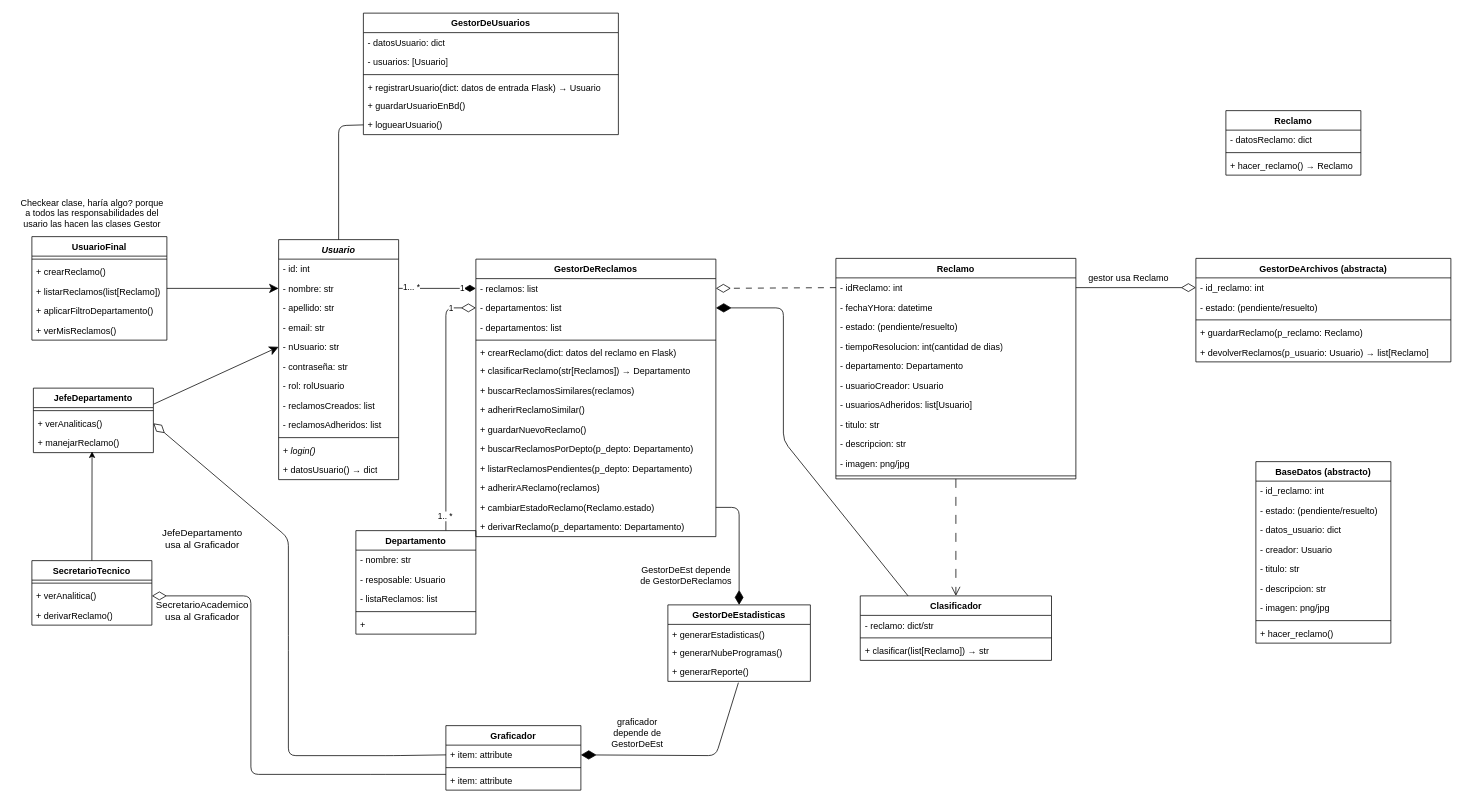
Above: page "UML" (1 of 3) of TrabajoPractico_3/docs/diagrama_UML_TP3.drawio in FelipeCarrozzo/prog_avanzada (draw.io), before the change. Source tidied: cells renumbered, new cells numbered last; positions are measured from the earlier drawing's top-left corner, leaving out a move shared by most shapes. Both pictures are drawn from the tidied source at 75%, with x=0, y=0 at pixel (13, 13).
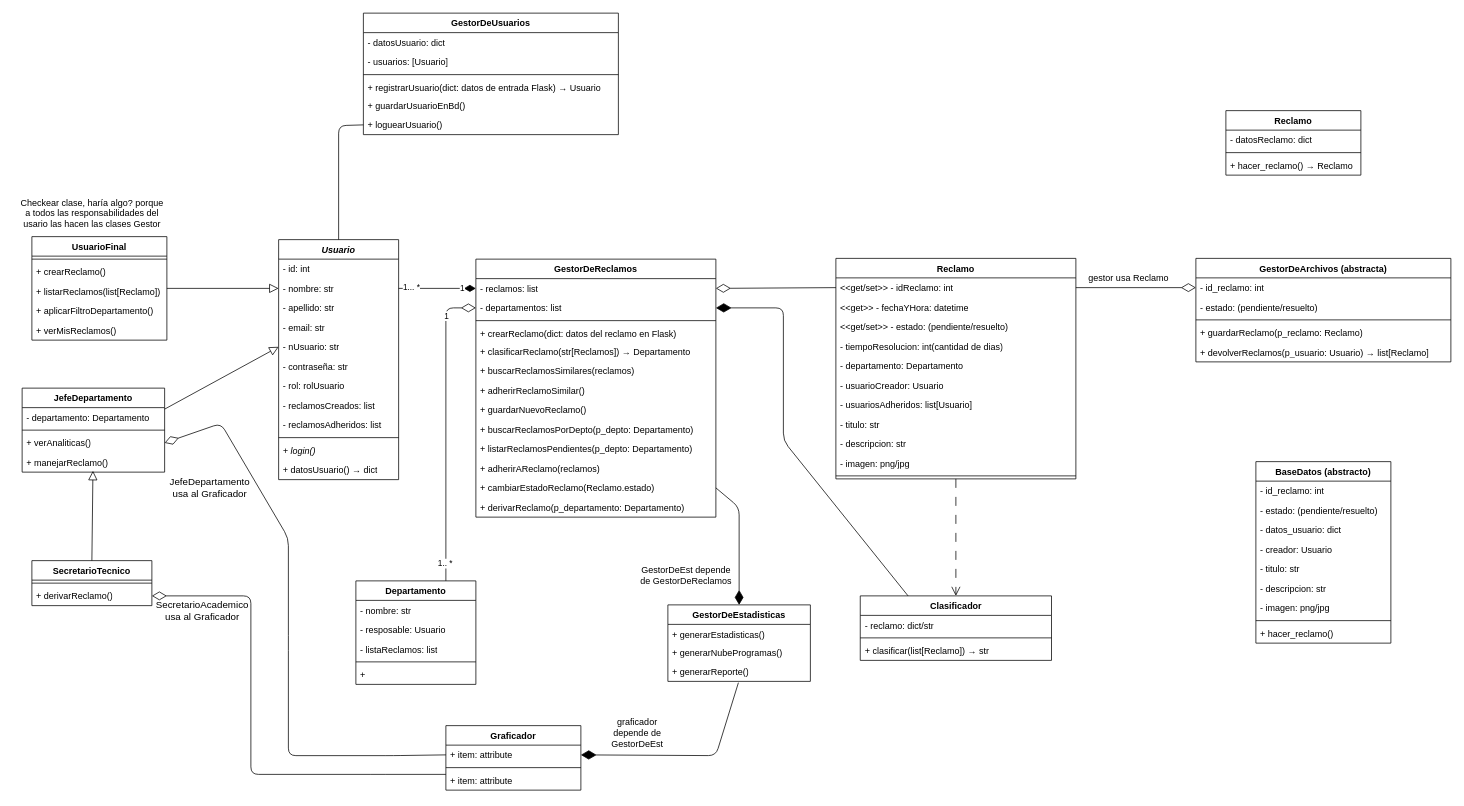
The same diagram, later.

Commit message:
correcciones chicas en uml

The change refers to these unchanged cells:
```xml
<mxCell id="3" value="UsuarioFinal" style="swimlane;fontStyle=1;align=center;verticalAlign=top;horizontal=1;startSize=26;whiteSpace=wrap;html=1;" parent="1" vertex="1">
  <mxGeometry x="25" y="298" width="180" height="138" as="geometry" />
</mxCell>
<mxCell id="11" value="- nombre: str" style="text;strokeColor=none;fillColor=none;align=left;verticalAlign=top;spacingLeft=4;spacingRight=4;overflow=hidden;points=[[0,0.5],[1,0.5]];portConstraint=eastwest;whiteSpace=wrap;html=1;" parent="9" vertex="1">
  <mxGeometry y="52" width="160" height="26" as="geometry" />
</mxCell>
<mxCell id="14" value="- nUsuario: str" style="text;strokeColor=none;fillColor=none;align=left;verticalAlign=top;spacingLeft=4;spacingRight=4;overflow=hidden;points=[[0,0.5],[1,0.5]];portConstraint=eastwest;whiteSpace=wrap;html=1;" parent="9" vertex="1">
  <mxGeometry y="130" width="160" height="26" as="geometry" />
</mxCell>
<mxCell id="32" value="Reclamo" style="swimlane;fontStyle=1;align=center;verticalAlign=top;horizontal=1;startSize=26;whiteSpace=wrap;html=1;" parent="1" vertex="1">
  <mxGeometry x="1097" y="327" width="320" height="294" as="geometry" />
</mxCell>
<mxCell id="49" style="edgeStyle=none;html=1;exitX=0.75;exitY=0;exitDx=0;exitDy=0;entryX=0;entryY=0.5;entryDx=0;entryDy=0;endArrow=diamondThin;endFill=0;endSize=17;" parent="1" edge="1" source="52" target="60">
  <mxGeometry relative="1" as="geometry">
    <Array as="points">
      <mxPoint x="577" y="393" />
    </Array>
  </mxGeometry>
</mxCell>
<mxCell id="59" value="- reclamos: list" style="text;strokeColor=none;fillColor=none;align=left;verticalAlign=top;spacingLeft=4;spacingRight=4;overflow=hidden;points=[[0,0.5],[1,0.5]];portConstraint=eastwest;whiteSpace=wrap;html=1;" parent="58" vertex="1">
  <mxGeometry y="26" width="320" height="26" as="geometry" />
</mxCell>
```

What changed in the source:
```diff
@@
-    <mxCell id="2" style="edgeStyle=none;html=1;exitX=1;exitY=0.5;exitDx=0;exitDy=0;entryX=0;entryY=0.5;entryDx=0;entryDy=0;endSize=10;endArrow=classic;endFill=1;" parent="1" edge="1" source="3" target="11">
+    <mxCell id="2" style="edgeStyle=none;html=1;exitX=1;exitY=0.5;exitDx=0;exitDy=0;entryX=0;entryY=0.5;entryDx=0;entryDy=0;endSize=10;endArrow=block;endFill=0;" parent="1" edge="1" source="3" target="11">
       <mxGeometry relative="1" as="geometry" />
     </mxCell>
@@
     <mxCell id="22" value="SecretarioTecnico" style="swimlane;fontStyle=1;align=center;verticalAlign=top;horizontal=1;startSize=26;whiteSpace=wrap;html=1;" parent="1" vertex="1">
-      <mxGeometry x="25" y="730" width="160" height="86" as="geometry" />
+      <mxGeometry x="25" y="730" width="160" height="60" as="geometry" />
     </mxCell>
@@
-    <mxCell id="24" value="+ verAnalitica()" style="text;strokeColor=none;fillColor=none;align=left;verticalAlign=top;spacingLeft=4;spacingRight=4;overflow=hidden;points=[[0,0.5],[1,0.5]];portConstraint=eastwest;whiteSpace=wrap;html=1;" parent="22" vertex="1">
-      <mxGeometry y="34" width="160" height="26" as="geometry" />
-    </mxCell>
     <mxCell id="25" value="+ derivarReclamo()" style="text;strokeColor=none;fillColor=none;align=left;verticalAlign=top;spacingLeft=4;spacingRight=4;overflow=hidden;whiteSpace=wrap;html=1;" parent="22" vertex="1">
-      <mxGeometry y="60" width="160" height="26" as="geometry" />
+      <mxGeometry y="34" width="160" height="26" as="geometry" />
     </mxCell>
-    <mxCell id="26" style="edgeStyle=none;html=1;exitX=1;exitY=0.25;exitDx=0;exitDy=0;entryX=0;entryY=0.5;entryDx=0;entryDy=0;endSize=10;endArrow=classic;endFill=1;" parent="1" edge="1" source="27" target="14">
+    <mxCell id="26" style="edgeStyle=none;html=1;exitX=1;exitY=0.25;exitDx=0;exitDy=0;entryX=0;entryY=0.5;entryDx=0;entryDy=0;endSize=10;endArrow=block;endFill=0;" parent="1" edge="1" source="27" target="14">
       <mxGeometry relative="1" as="geometry" />
     </mxCell>
     <mxCell id="27" value="JefeDepartamento" style="swimlane;fontStyle=1;align=center;verticalAlign=top;horizontal=1;startSize=26;whiteSpace=wrap;html=1;" parent="1" vertex="1">
-      <mxGeometry x="27" y="500" width="160" height="86" as="geometry" />
+      <mxGeometry x="12" y="500" width="190" height="112" as="geometry" />
     </mxCell>
+    <mxCell id="125" value="- departamento: Departamento" style="text;strokeColor=none;fillColor=none;align=left;verticalAlign=top;spacingLeft=4;spacingRight=4;overflow=hidden;whiteSpace=wrap;html=1;" parent="27" vertex="1">
+      <mxGeometry y="26" width="190" height="26" as="geometry" />
+    </mxCell>
     <mxCell id="28" style="line;strokeWidth=1;fillColor=none;align=left;verticalAlign=middle;spacingTop=-1;spacingLeft=3;spacingRight=3;labelPosition=right;strokeColor=inherit;" parent="27" vertex="1">
-      <mxGeometry y="26" width="160" height="8" as="geometry" />
+      <mxGeometry y="52" width="190" height="8" as="geometry" />
     </mxCell>
     <mxCell id="29" value="+ verAnaliticas()" style="text;strokeColor=none;fillColor=none;align=left;verticalAlign=top;spacingLeft=4;spacingRight=4;overflow=hidden;points=[[0,0.5],[1,0.5]];portConstraint=eastwest;whiteSpace=wrap;html=1;" parent="27" vertex="1">
-      <mxGeometry y="34" width="160" height="26" as="geometry" />
+      <mxGeometry y="60" width="190" height="26" as="geometry" />
     </mxCell>
     <mxCell id="30" value="+ manejarReclamo()" style="text;strokeColor=none;fillColor=none;align=left;verticalAlign=top;spacingLeft=4;spacingRight=4;overflow=hidden;points=[[0,0.5],[1,0.5]];portConstraint=eastwest;whiteSpace=wrap;html=1;" parent="27" vertex="1">
-      <mxGeometry y="60" width="160" height="26" as="geometry" />
+      <mxGeometry y="86" width="190" height="26" as="geometry" />
     </mxCell>
@@
-    <mxCell id="33" value="- idReclamo: int" style="text;strokeColor=none;fillColor=none;align=left;verticalAlign=top;spacingLeft=4;spacingRight=4;overflow=hidden;points=[[0,0.5],[1,0.5]];portConstraint=eastwest;whiteSpace=wrap;html=1;" parent="32" vertex="1">
+    <mxCell id="33" value="&amp;lt;&amp;lt;get/set&amp;gt;&amp;gt; - idReclamo: int" style="text;strokeColor=none;fillColor=none;align=left;verticalAlign=top;spacingLeft=4;spacingRight=4;overflow=hidden;points=[[0,0.5],[1,0.5]];portConstraint=eastwest;whiteSpace=wrap;html=1;" parent="32" vertex="1">
       <mxGeometry y="26" width="320" height="26" as="geometry" />
     </mxCell>
-    <mxCell id="34" value="- fechaYHora: datetime" style="text;strokeColor=none;fillColor=none;align=left;verticalAlign=top;spacingLeft=4;spacingRight=4;overflow=hidden;whiteSpace=wrap;html=1;" parent="32" vertex="1">
+    <mxCell id="34" value="&amp;lt;&amp;lt;get&amp;gt;&amp;gt; - fechaYHora: datetime" style="text;strokeColor=none;fillColor=none;align=left;verticalAlign=top;spacingLeft=4;spacingRight=4;overflow=hidden;whiteSpace=wrap;html=1;" parent="32" vertex="1">
       <mxGeometry y="52" width="320" height="26" as="geometry" />
     </mxCell>
-    <mxCell id="35" value="- estado: (pendiente/resuelto)" style="text;strokeColor=none;fillColor=none;align=left;verticalAlign=top;spacingLeft=4;spacingRight=4;overflow=hidden;whiteSpace=wrap;html=1;" parent="32" vertex="1">
+    <mxCell id="35" value="&amp;lt;&amp;lt;get/set&amp;gt;&amp;gt; - estado: (pendiente/resuelto)" style="text;strokeColor=none;fillColor=none;align=left;verticalAlign=top;spacingLeft=4;spacingRight=4;overflow=hidden;whiteSpace=wrap;html=1;" parent="32" vertex="1">
       <mxGeometry y="78" width="320" height="26" as="geometry" />
     </mxCell>
@@
     <mxCell id="50" value="1" style="edgeLabel;html=1;align=center;verticalAlign=middle;" parent="49" vertex="1">
-      <mxGeometry x="0.8" y="1" relative="1" as="geometry" />
+      <mxGeometry x="0.8" y="1" relative="1" as="geometry">
+        <mxPoint y="11" as="offset" />
+      </mxGeometry>
     </mxCell>
@@
     <mxCell id="52" value="Departamento" style="swimlane;fontStyle=1;align=center;verticalAlign=top;horizontal=1;startSize=26;whiteSpace=wrap;html=1;" parent="1" vertex="1">
-      <mxGeometry x="457" y="690" width="160" height="138" as="geometry" />
+      <mxGeometry x="457" y="757" width="160" height="138" as="geometry" />
     </mxCell>
@@
     <mxCell id="58" value="GestorDeReclamos" style="swimlane;fontStyle=1;align=center;verticalAlign=top;horizontal=1;startSize=26;whiteSpace=wrap;html=1;" parent="1" vertex="1">
-      <mxGeometry x="617" y="328" width="320" height="370" as="geometry" />
+      <mxGeometry x="617" y="328" width="320" height="344" as="geometry" />
     </mxCell>
@@
-    <mxCell id="61" value="- departamentos: list" style="text;strokeColor=none;fillColor=none;align=left;verticalAlign=top;spacingLeft=4;spacingRight=4;overflow=hidden;whiteSpace=wrap;html=1;" parent="58" vertex="1">
-      <mxGeometry y="78" width="320" height="26" as="geometry" />
-    </mxCell>
     <mxCell id="62" style="line;strokeWidth=1;fillColor=none;align=left;verticalAlign=middle;spacingTop=-1;spacingLeft=3;spacingRight=3;labelPosition=right;strokeColor=inherit;" parent="58" vertex="1">
-      <mxGeometry y="104" width="320" height="8" as="geometry" />
+      <mxGeometry y="78" width="320" height="8" as="geometry" />
     </mxCell>
     <mxCell id="63" value="+ crearReclamo(dict: datos del reclamo en Flask)" style="text;strokeColor=none;fillColor=none;align=left;verticalAlign=top;spacingLeft=4;spacingRight=4;overflow=hidden;whiteSpace=wrap;html=1;" parent="58" vertex="1">
-      <mxGeometry y="112" width="320" height="24" as="geometry" />
+      <mxGeometry y="86" width="320" height="24" as="geometry" />
     </mxCell>
     <mxCell id="64" value="+ clasificarReclamo(str[Reclamos])&amp;nbsp;&lt;span style=&quot;color: rgb(0, 0, 0);&quot;&gt;→&amp;nbsp;Departamento&lt;/span&gt;" style="text;strokeColor=none;fillColor=none;align=left;verticalAlign=top;spacingLeft=4;spacingRight=4;overflow=hidden;whiteSpace=wrap;html=1;" parent="58" vertex="1">
-      <mxGeometry y="136" width="320" height="26" as="geometry" />
+      <mxGeometry y="110" width="320" height="26" as="geometry" />
     </mxCell>
     <mxCell id="65" value="+ buscarReclamosSimilares(reclamos)" style="text;strokeColor=none;fillColor=none;align=left;verticalAlign=top;spacingLeft=4;spacingRight=4;overflow=hidden;whiteSpace=wrap;html=1;" parent="58" vertex="1">
-      <mxGeometry y="162" width="320" height="26" as="geometry" />
+      <mxGeometry y="136" width="320" height="26" as="geometry" />
     </mxCell>
     <mxCell id="66" value="+ adherirReclamoSimilar()" style="text;strokeColor=none;fillColor=none;align=left;verticalAlign=top;spacingLeft=4;spacingRight=4;overflow=hidden;whiteSpace=wrap;html=1;" parent="58" vertex="1">
-      <mxGeometry y="188" width="320" height="26" as="geometry" />
+      <mxGeometry y="162" width="320" height="26" as="geometry" />
     </mxCell>
     <mxCell id="67" value="+ guardarNuevoReclamo()" style="text;strokeColor=none;fillColor=none;align=left;verticalAlign=top;spacingLeft=4;spacingRight=4;overflow=hidden;whiteSpace=wrap;html=1;" parent="58" vertex="1">
-      <mxGeometry y="214" width="320" height="26" as="geometry" />
+      <mxGeometry y="188" width="320" height="26" as="geometry" />
     </mxCell>
     <mxCell id="68" value="+ buscarReclamosPorDepto(p_depto: Departamento)" style="text;strokeColor=none;fillColor=none;align=left;verticalAlign=top;spacingLeft=4;spacingRight=4;overflow=hidden;whiteSpace=wrap;html=1;" parent="58" vertex="1">
-      <mxGeometry y="240" width="320" height="26" as="geometry" />
+      <mxGeometry y="214" width="320" height="26" as="geometry" />
     </mxCell>
     <mxCell id="69" value="+ listarReclamosPendientes(p_depto: Departamento)" style="text;strokeColor=none;fillColor=none;align=left;verticalAlign=top;spacingLeft=4;spacingRight=4;overflow=hidden;whiteSpace=wrap;html=1;" parent="58" vertex="1">
-      <mxGeometry y="266" width="320" height="26" as="geometry" />
+      <mxGeometry y="240" width="320" height="26" as="geometry" />
     </mxCell>
     <mxCell id="70" value="+ adherirAReclamo(reclamos)" style="text;strokeColor=none;fillColor=none;align=left;verticalAlign=top;spacingLeft=4;spacingRight=4;overflow=hidden;whiteSpace=wrap;html=1;" parent="58" vertex="1">
-      <mxGeometry y="292" width="320" height="26" as="geometry" />
+      <mxGeometry y="266" width="320" height="26" as="geometry" />
     </mxCell>
     <mxCell id="71" value="+ cambiarEstadoReclamo(Reclamo.estado)" style="text;strokeColor=none;fillColor=none;align=left;verticalAlign=top;spacingLeft=4;spacingRight=4;overflow=hidden;points=[[0,0.5],[1,0.5]];portConstraint=eastwest;whiteSpace=wrap;html=1;" parent="58" vertex="1">
-      <mxGeometry y="318" width="320" height="26" as="geometry" />
+      <mxGeometry y="292" width="320" height="26" as="geometry" />
     </mxCell>
     <mxCell id="72" value="+ derivarReclamo(p_departamento: Departamento)" style="text;strokeColor=none;fillColor=none;align=left;verticalAlign=top;spacingLeft=4;spacingRight=4;overflow=hidden;whiteSpace=wrap;html=1;" parent="58" vertex="1">
-      <mxGeometry y="344" width="320" height="26" as="geometry" />
+      <mxGeometry y="318" width="320" height="26" as="geometry" />
     </mxCell>
-    <mxCell id="73" style="edgeStyle=none;html=1;exitX=0;exitY=0.5;exitDx=0;exitDy=0;entryX=1;entryY=0.5;entryDx=0;entryDy=0;endArrow=diamondThin;endFill=0;endSize=17;dashed=1;dashPattern=8 8;" parent="1" edge="1" source="33" target="59">
+    <mxCell id="73" style="edgeStyle=none;html=1;exitX=0;exitY=0.5;exitDx=0;exitDy=0;entryX=1;entryY=0.5;entryDx=0;entryDy=0;endArrow=diamondThin;endFill=0;endSize=17;" parent="1" edge="1" source="33" target="59">
       <mxGeometry relative="1" as="geometry" />
     </mxCell>
@@
     <mxCell id="83" style="edgeStyle=none;html=1;exitX=0;exitY=0.5;exitDx=0;exitDy=0;endArrow=diamondThin;endFill=0;endSize=17;entryX=1;entryY=0.5;entryDx=0;entryDy=0;" parent="1" edge="1" target="29">
       <mxGeometry relative="1" as="geometry">
         <mxPoint x="577" y="989" as="sourcePoint" />
         <Array as="points">
           <mxPoint x="507" y="990" />
           <mxPoint x="367" y="990" />
           <mxPoint x="367" y="840" />
           <mxPoint x="367" y="700" />
+          <mxPoint x="277" y="547" />
         </Array>
       </mxGeometry>
     </mxCell>
     <mxCell id="84" value="&lt;font style=&quot;font-size: 13px;&quot;&gt;JefeDepartamento&lt;/font&gt;&lt;div&gt;&lt;font style=&quot;font-size: 13px;&quot;&gt;usa al Graficador&lt;/font&gt;&lt;/div&gt;" style="text;html=1;align=center;verticalAlign=middle;strokeColor=none;fillColor=none;rotation=0;" parent="1" vertex="1">
-      <mxGeometry x="187" y="680" width="130" height="40" as="geometry" />
+      <mxGeometry x="197" y="612" width="130" height="40" as="geometry" />
     </mxCell>
-    <mxCell id="85" style="edgeStyle=none;html=1;exitX=0;exitY=0.5;exitDx=0;exitDy=0;endArrow=diamondThin;endFill=0;endSize=17;entryX=1;entryY=0.5;entryDx=0;entryDy=0;" parent="1" edge="1" target="24">
+    <mxCell id="85" style="edgeStyle=none;html=1;exitX=0;exitY=0.5;exitDx=0;exitDy=0;endArrow=diamondThin;endFill=0;endSize=17;entryX=1;entryY=0.5;entryDx=0;entryDy=0;" parent="1" edge="1">
       <mxGeometry relative="1" as="geometry">
         <mxPoint x="577" y="1015" as="sourcePoint" />
+        <mxPoint x="185" y="777" as="targetPoint" />
         <Array as="points">
           <mxPoint x="487" y="1015" />
           <mxPoint x="317" y="1015" />
           <mxPoint x="317" y="777" />
         </Array>
       </mxGeometry>
     </mxCell>
@@
-    <mxCell id="110" style="edgeStyle=none;html=1;exitX=0.5;exitY=0;exitDx=0;exitDy=0;entryX=0.489;entryY=0.943;entryDx=0;entryDy=0;entryPerimeter=0;" parent="1" edge="1" source="22" target="30">
-      <mxGeometry relative="1" as="geometry" />
-    </mxCell>
@@
+    <mxCell id="110" style="edgeStyle=none;html=1;exitX=0.5;exitY=0;exitDx=0;exitDy=0;entryX=0.497;entryY=0.934;entryDx=0;entryDy=0;endSize=10;endArrow=block;endFill=0;entryPerimeter=0;" parent="1" edge="1" source="22" target="30">
+      <mxGeometry relative="1" as="geometry" />
+    </mxCell>
```
